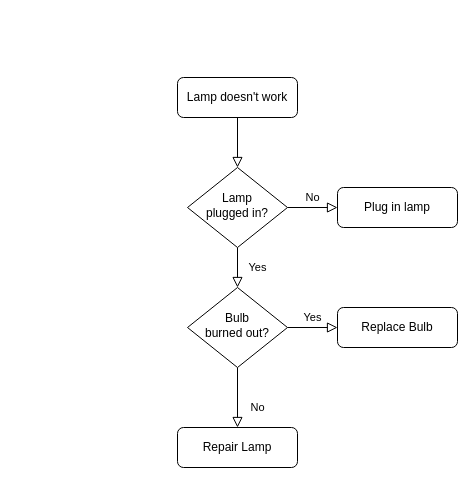
Earlier version of the draw.io diagram Untitled Diagram.drawio (IIGOKUII/Pinaka). Source tidied: cells renumbered, new cells numbered last; positions are measured from the earlier drawing's top-left corner, leaving out a move shared by most shapes. Both pictures are drawn from the tidied source at 100%, with x=0, y=0 at pixel (177, 77).
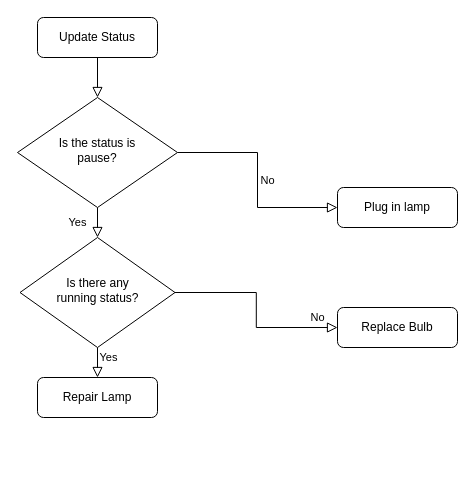
After the change.

The edit, as a diff of the source:
```diff
@@
 <mxGraphModel>
   <root>
     <mxCell id="0" />
     <mxCell id="1" parent="0" />
     <mxCell id="2" style="rounded=0;html=1;jettySize=auto;fontSize=11;endArrow=block;endFill=0;endSize=8;strokeWidth=1;shadow=0;labelBackgroundColor=none;edgeStyle=orthogonalEdgeStyle;" parent="1" edge="1" source="3" target="6">
       <mxGeometry relative="1" as="geometry" />
     </mxCell>
-    <mxCell id="3" value="Lamp doesn't work" style="rounded=1;whiteSpace=wrap;html=1;fontSize=12;glass=0;strokeWidth=1;shadow=0;" parent="1" vertex="1">
-      <mxGeometry width="120" height="40" as="geometry" />
+    <mxCell id="3" value="Update Status" style="rounded=1;whiteSpace=wrap;html=1;fontSize=12;glass=0;strokeWidth=1;shadow=0;" parent="1" vertex="1">
+      <mxGeometry x="-140" y="-60" width="120" height="40" as="geometry" />
     </mxCell>
     <mxCell id="4" value="Yes" style="rounded=0;html=1;jettySize=auto;fontSize=11;endArrow=block;endFill=0;endSize=8;strokeWidth=1;shadow=0;labelBackgroundColor=none;edgeStyle=orthogonalEdgeStyle;" parent="1" edge="1" source="6" target="10">
       <mxGeometry y="20" relative="1" as="geometry" />
     </mxCell>
     <mxCell id="5" value="No" style="edgeStyle=orthogonalEdgeStyle;rounded=0;html=1;jettySize=auto;fontSize=11;endArrow=block;endFill=0;endSize=8;strokeWidth=1;shadow=0;labelBackgroundColor=none;" parent="1" edge="1" source="6" target="7">
       <mxGeometry y="10" relative="1" as="geometry" />
     </mxCell>
-    <mxCell id="6" value="Lamp&lt;br&gt;plugged in?" style="rhombus;whiteSpace=wrap;html=1;shadow=0;fontFamily=Helvetica;fontSize=12;align=center;strokeWidth=1;spacing=6;spacingTop=-4;" parent="1" vertex="1">
-      <mxGeometry x="10" y="90" width="100" height="80" as="geometry" />
+    <mxCell id="6" value="Is the status is &lt;br&gt;pause?" style="rhombus;whiteSpace=wrap;html=1;shadow=0;fontFamily=Helvetica;fontSize=12;align=center;strokeWidth=1;spacing=6;spacingTop=-4;" parent="1" vertex="1">
+      <mxGeometry x="-160" y="20" width="160" height="110" as="geometry" />
     </mxCell>
     <mxCell id="7" value="Plug in lamp" style="rounded=1;whiteSpace=wrap;html=1;fontSize=12;glass=0;strokeWidth=1;shadow=0;" parent="1" vertex="1">
       <mxGeometry x="160" y="110" width="120" height="40" as="geometry" />
     </mxCell>
     <mxCell id="8" value="No" style="rounded=0;html=1;jettySize=auto;fontSize=11;endArrow=block;endFill=0;endSize=8;strokeWidth=1;shadow=0;labelBackgroundColor=none;edgeStyle=orthogonalEdgeStyle;" parent="1" edge="1" source="10" target="11">
-      <mxGeometry x="0.33" y="20" relative="1" as="geometry" />
+      <mxGeometry x="-1" y="222" relative="1" as="geometry">
+        <mxPoint x="-2" y="-30" as="offset" />
+      </mxGeometry>
     </mxCell>
     <mxCell id="9" value="Yes" style="edgeStyle=orthogonalEdgeStyle;rounded=0;html=1;jettySize=auto;fontSize=11;endArrow=block;endFill=0;endSize=8;strokeWidth=1;shadow=0;labelBackgroundColor=none;" parent="1" edge="1" source="10" target="12">
-      <mxGeometry y="10" relative="1" as="geometry" />
+      <mxGeometry x="-1" y="-94" relative="1" as="geometry">
+        <mxPoint x="-67" y="-29" as="offset" />
+      </mxGeometry>
     </mxCell>
-    <mxCell id="10" value="Bulb&lt;br&gt;burned out?" style="rhombus;whiteSpace=wrap;html=1;shadow=0;fontFamily=Helvetica;fontSize=12;align=center;strokeWidth=1;spacing=6;spacingTop=-4;" parent="1" vertex="1">
-      <mxGeometry x="10" y="210" width="100" height="80" as="geometry" />
+    <mxCell id="10" value="Is there any&lt;br&gt;running status?" style="rhombus;whiteSpace=wrap;html=1;shadow=0;fontFamily=Helvetica;fontSize=12;align=center;strokeWidth=1;spacing=6;spacingTop=-4;" parent="1" vertex="1">
+      <mxGeometry x="-157.5" y="160" width="155" height="110" as="geometry" />
     </mxCell>
     <mxCell id="11" value="Repair Lamp" style="rounded=1;whiteSpace=wrap;html=1;fontSize=12;glass=0;strokeWidth=1;shadow=0;" parent="1" vertex="1">
-      <mxGeometry y="350" width="120" height="40" as="geometry" />
+      <mxGeometry x="-140" y="300" width="120" height="40" as="geometry" />
     </mxCell>
     <mxCell id="12" value="Replace Bulb" style="rounded=1;whiteSpace=wrap;html=1;fontSize=12;glass=0;strokeWidth=1;shadow=0;" parent="1" vertex="1">
       <mxGeometry x="160" y="230" width="120" height="40" as="geometry" />
     </mxCell>
   </root>
 </mxGraphModel>
```
